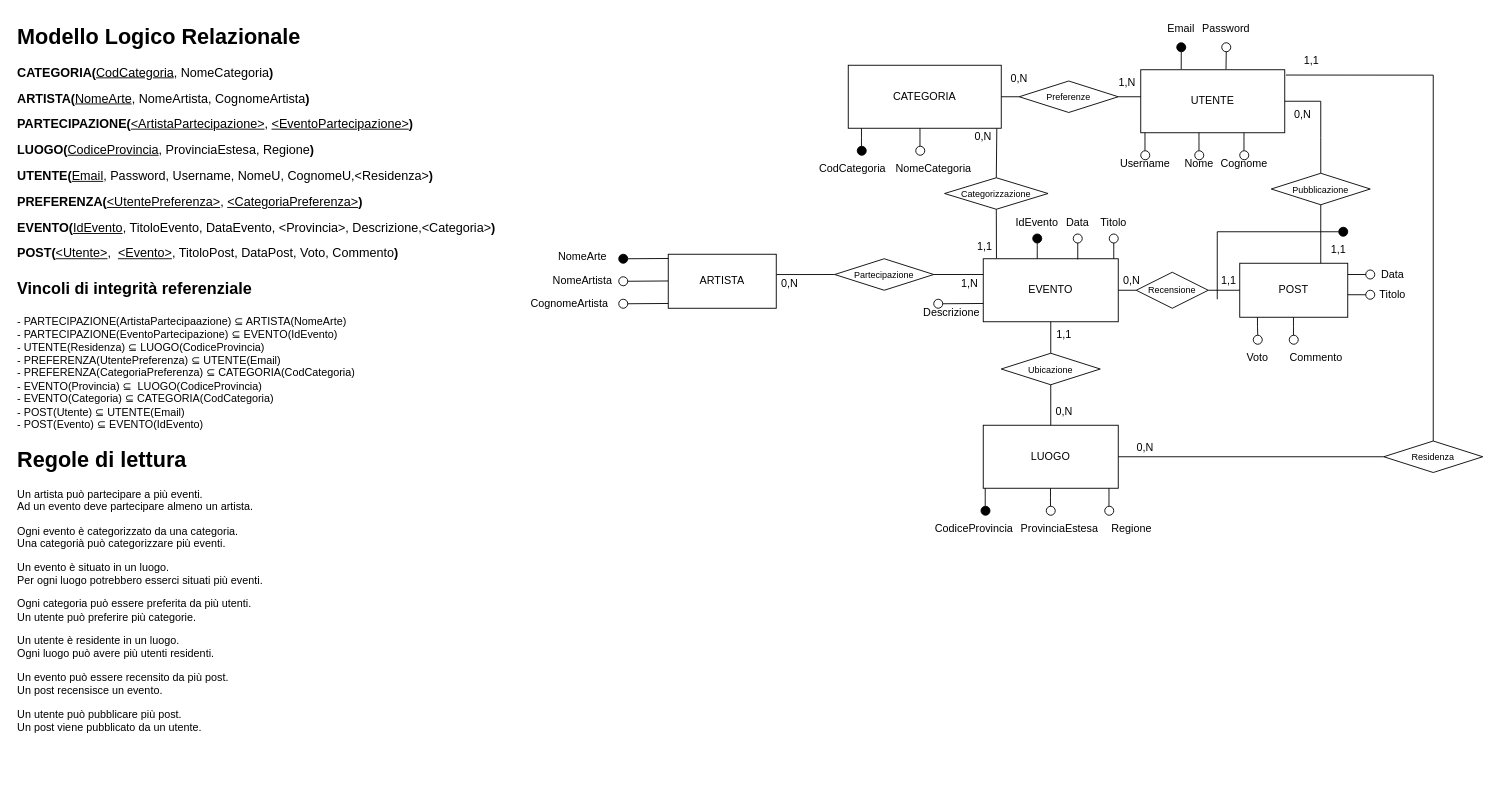
This is UDA_Pianificazione/er.drawio from sac11221/mercuriouda, a draw.io file, before an edit. Source tidied: cells renumbered, new cells numbered last; positions are measured from the earlier drawing's top-left corner, leaving out a move shared by most shapes. Both pictures are drawn from the tidied source at 90%, with x=0, y=0 at pixel (15, 15).
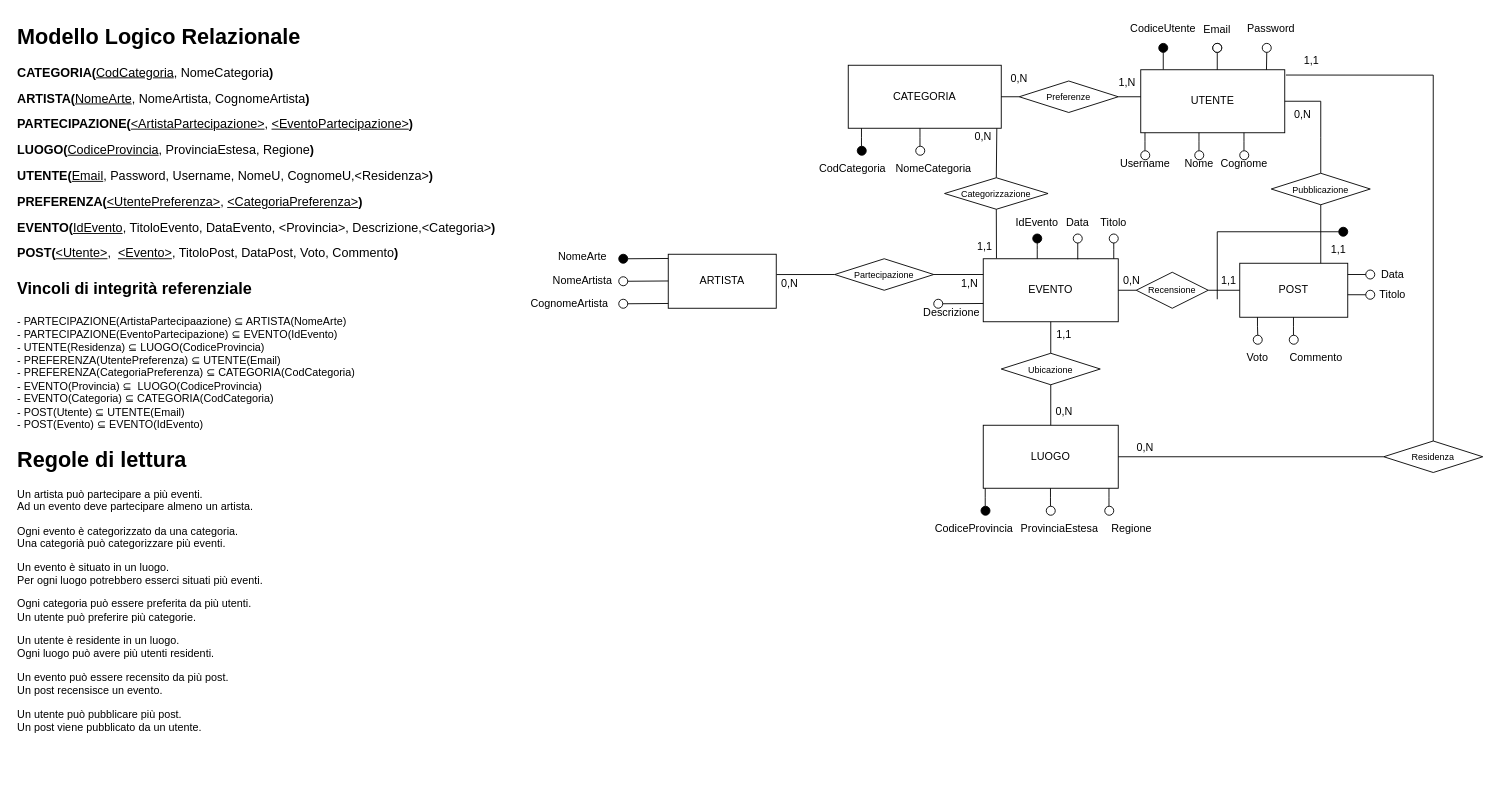
The same page after the edit.

Unchanged cells that the change refers to:
```xml
<mxCell id="16" value="UTENTE" style="rounded=0;whiteSpace=wrap;html=1;" parent="1" vertex="1">
  <mxGeometry x="1250" y="60" width="160" height="70" as="geometry" />
</mxCell>
```

Change to the diagram source:
```diff
@@
     <mxCell id="32" style="ellipse;whiteSpace=wrap;html=1;" parent="1" vertex="1">
-      <mxGeometry x="1340" y="30" width="10" height="10" as="geometry" />
+      <mxGeometry x="1385" y="30.7" width="10" height="10" as="geometry" />
     </mxCell>
     <mxCell id="33" value="Password" style="text;html=1;align=center;verticalAlign=middle;whiteSpace=wrap;rounded=0;" parent="1" vertex="1">
-      <mxGeometry x="1315" width="60" height="30" as="geometry" />
+      <mxGeometry x="1365" width="60" height="30" as="geometry" />
     </mxCell>
     <mxCell id="34" style="ellipse;whiteSpace=wrap;html=1;fillColor=#000000;" parent="1" vertex="1">
-      <mxGeometry x="1290" y="30" width="10" height="10" as="geometry" />
+      <mxGeometry x="1330" y="30.7" width="10" height="10" as="geometry" />
     </mxCell>
     <mxCell id="35" value="Email" style="text;html=1;align=center;verticalAlign=middle;whiteSpace=wrap;rounded=0;" parent="1" vertex="1">
-      <mxGeometry x="1265" width="60" height="30" as="geometry" />
+      <mxGeometry x="1305" y="0.7" width="60" height="30" as="geometry" />
     </mxCell>
-    <mxCell id="36" style="endArrow=none;html=1;rounded=0;entryX=0.5;entryY=1;entryDx=0;entryDy=0;exitX=0.592;exitY=-0.01;exitDx=0;exitDy=0;exitPerimeter=0;" parent="1" edge="1" source="16" target="32">
-      <mxGeometry relative="1" as="geometry" />
+    <mxCell id="36" style="endArrow=none;html=1;rounded=0;entryX=0.5;entryY=1;entryDx=0;entryDy=0;exitX=0.592;exitY=-0.01;exitDx=0;exitDy=0;exitPerimeter=0;" parent="1" edge="1" target="32">
+      <mxGeometry relative="1" as="geometry">
+        <mxPoint x="1389.7" y="60" as="sourcePoint" />
+      </mxGeometry>
     </mxCell>
-    <mxCell id="37" style="endArrow=none;html=1;rounded=0;entryX=0.5;entryY=1;entryDx=0;entryDy=0;exitX=0.281;exitY=-0.01;exitDx=0;exitDy=0;exitPerimeter=0;" parent="1" edge="1" source="16" target="34">
-      <mxGeometry relative="1" as="geometry" />
+    <mxCell id="37" style="endArrow=none;html=1;rounded=0;entryX=0.5;entryY=1;entryDx=0;entryDy=0;exitX=0.281;exitY=-0.01;exitDx=0;exitDy=0;exitPerimeter=0;" parent="1" edge="1" target="34">
+      <mxGeometry relative="1" as="geometry">
+        <mxPoint x="1335" y="60" as="sourcePoint" />
+      </mxGeometry>
     </mxCell>
@@
+    <mxCell id="111" style="ellipse;whiteSpace=wrap;html=1;fillColor=#000000;" parent="1" vertex="1">
+      <mxGeometry x="1270" y="30.7" width="10" height="10" as="geometry" />
+    </mxCell>
+    <mxCell id="112" style="endArrow=none;html=1;rounded=0;entryX=0.5;entryY=1;entryDx=0;entryDy=0;exitX=0.281;exitY=-0.01;exitDx=0;exitDy=0;exitPerimeter=0;" parent="1" edge="1">
+      <mxGeometry relative="1" as="geometry">
+        <mxPoint x="1275" y="59.7" as="sourcePoint" />
+        <mxPoint x="1275" y="40.7" as="targetPoint" />
+      </mxGeometry>
+    </mxCell>
+    <mxCell id="113" value="CodiceUtente" style="text;html=1;align=center;verticalAlign=middle;whiteSpace=wrap;rounded=0;" parent="1" vertex="1">
+      <mxGeometry x="1245" width="60" height="30" as="geometry" />
+    </mxCell>
+    <mxCell id="114" style="ellipse;whiteSpace=wrap;html=1;" parent="1" vertex="1">
+      <mxGeometry x="1330" y="30.7" width="10" height="10" as="geometry" />
+    </mxCell>
```
